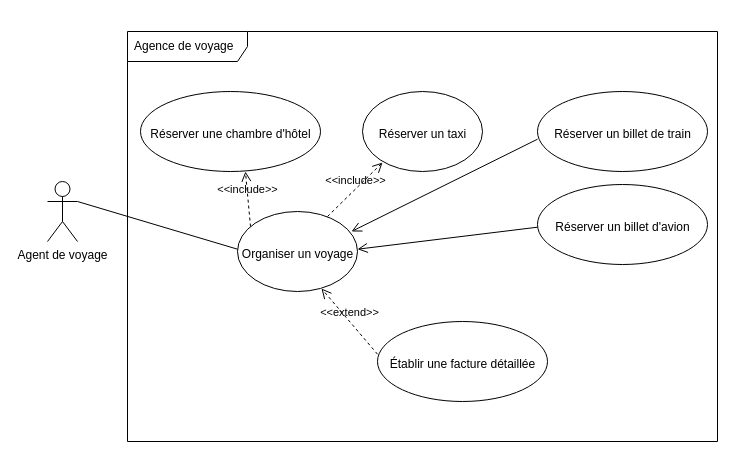
Above: agence-voyage.drawio in clairenollet/uml-and-rup (draw.io), before the change. Source tidied: cells renumbered, new cells numbered last; positions are measured from the earlier drawing's top-left corner, leaving out a move shared by most shapes. Both pictures are drawn from the tidied source at 100%, with x=0, y=0 at pixel (47, 31).
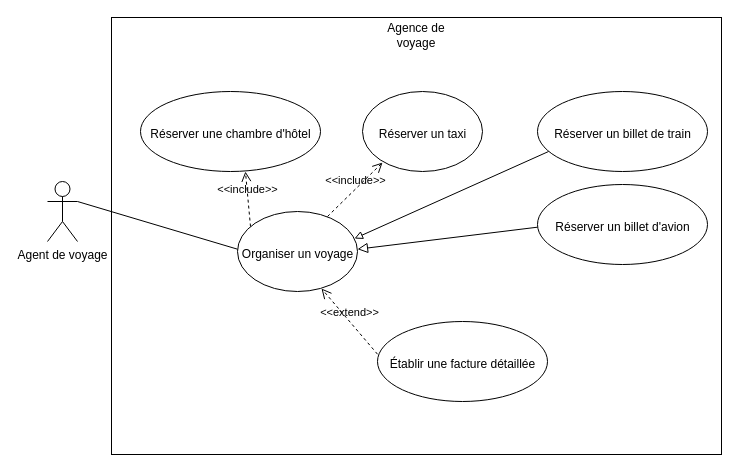
After the change.

Unchanged cells that the change refers to:
```xml
<mxCell id="4" style="shape=ellipse;horizontal=1;html=1;dashed=0;" parent="1" vertex="1">
  <mxGeometry x="190" y="180" width="120" height="80" as="geometry" />
</mxCell>
<mxCell id="5" value="Organiser un voyage" style="html=1;strokeColor=none;fillColor=none;align=center;verticalAlign=middle;" parent="4" vertex="1">
  <mxGeometry y="32.7" width="120" height="20" as="geometry" />
</mxCell>
<mxCell id="12" style="shape=ellipse;horizontal=1;html=1;dashed=0;" parent="1" vertex="1">
  <mxGeometry x="490" y="60" width="170" height="80" as="geometry" />
</mxCell>
<mxCell id="13" value="Réserver un billet de train" style="html=1;strokeColor=none;fillColor=none;align=center;verticalAlign=middle;" parent="12" vertex="1">
  <mxGeometry y="32.7" width="170" height="20" as="geometry" />
</mxCell>
<mxCell id="16" value="Réserver un billet d'avion" style="html=1;strokeColor=none;fillColor=none;align=center;verticalAlign=middle;" parent="15" vertex="1">
  <mxGeometry y="32.7" width="170" height="20" as="geometry" />
</mxCell>
```

What changed in the source:
```diff
@@
+    <mxCell id="22" style="rounded=0;whiteSpace=wrap;html=1;" parent="1" vertex="1">
+      <mxGeometry x="64" y="-14" width="610" height="437" as="geometry" />
+    </mxCell>
@@
-    <mxCell id="3" value="&lt;div&gt;Agence de voyage&lt;/div&gt;" style="shape=umlFrame;whiteSpace=wrap;html=1;width=120;height=30;boundedLbl=1;verticalAlign=middle;align=left;spacingLeft=5;" parent="1" vertex="1">
-      <mxGeometry x="80" width="590" height="410" as="geometry" />
-    </mxCell>
@@
-    <mxCell id="17" style="endArrow=open;startArrow=none;endFill=0;startFill=0;endSize=8;html=1;verticalAlign=bottom;labelBackgroundColor=none;strokeWidth=1;rounded=0;entryX=1;entryY=0.25;entryDx=0;entryDy=0;exitX=0;exitY=0.5;exitDx=0;exitDy=0;" parent="1" edge="1" source="16" target="5">
+    <mxCell id="17" style="endArrow=block;startArrow=none;endFill=0;startFill=0;endSize=8;html=1;verticalAlign=bottom;labelBackgroundColor=none;strokeWidth=1;rounded=0;entryX=1;entryY=0.25;entryDx=0;entryDy=0;exitX=0;exitY=0.5;exitDx=0;exitDy=0;" parent="1" edge="1" source="16" target="5">
       <mxGeometry relative="1" as="geometry" />
     </mxCell>
-    <mxCell id="18" style="endArrow=open;startArrow=none;endFill=0;startFill=0;endSize=8;html=1;verticalAlign=bottom;labelBackgroundColor=none;strokeWidth=1;rounded=0;entryX=0.95;entryY=0.25;entryDx=0;entryDy=0;exitX=0;exitY=0.75;exitDx=0;exitDy=0;entryPerimeter=0;" parent="1" edge="1" source="13" target="4">
-      <mxGeometry relative="1" as="geometry" />
-    </mxCell>
@@
+    <mxCell id="3" value="Agence de voyage" style="text;html=1;strokeColor=none;fillColor=none;align=center;verticalAlign=middle;whiteSpace=wrap;rounded=0;" parent="1" vertex="1">
+      <mxGeometry x="339" y="-11" width="60" height="30" as="geometry" />
+    </mxCell>
+    <mxCell id="23" style="html=1;verticalAlign=bottom;labelBackgroundColor=none;endArrow=block;endFill=0;rounded=0;strokeWidth=1;entryX=0.975;entryY=0.338;entryDx=0;entryDy=0;entryPerimeter=0;exitX=0.065;exitY=0.75;exitDx=0;exitDy=0;exitPerimeter=0;" parent="1" edge="1" source="12" target="4">
+      <mxGeometry relative="1" as="geometry" />
+    </mxCell>
```
